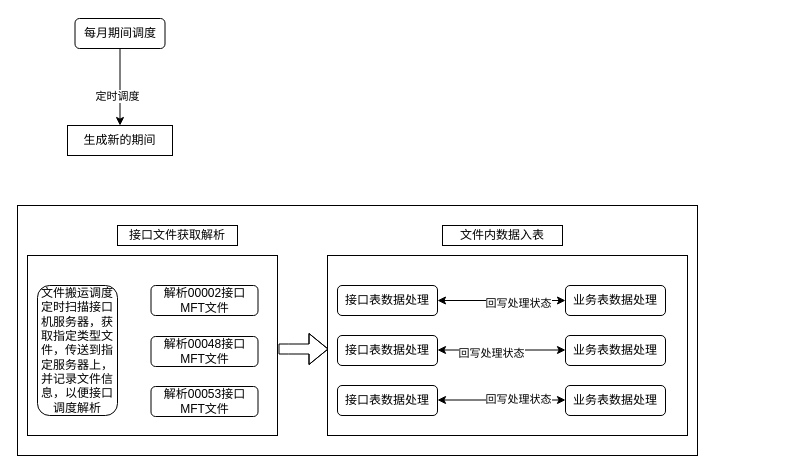
Above: page "应付账务" (7 of 7) of Untitled Diagram.drawio in Alpha-chatbot/pic (draw.io), before the change. Source tidied: cells renumbered, new cells numbered last; positions are measured from the earlier drawing's top-left corner, leaving out a move shared by most shapes. Both pictures are drawn from the tidied source at 100%, with x=0, y=0 at pixel (17, 18).
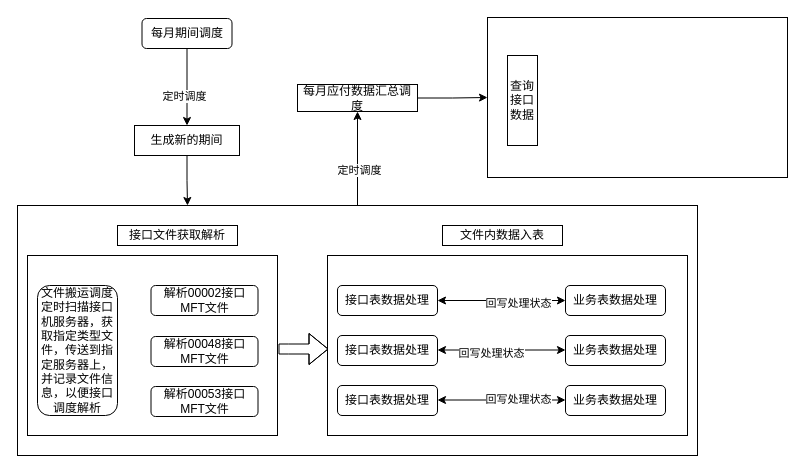
After the change.

The change refers to these unchanged cells:
```xml
<mxCell id="2" style="rounded=0;whiteSpace=wrap;html=1;" parent="1" vertex="1">
  <mxGeometry y="187" width="680" height="250" as="geometry" />
</mxCell>
```

Change to the diagram source:
```diff
@@
     <mxCell id="5" value="每月期间调度" style="rounded=1;whiteSpace=wrap;html=1;" parent="1" vertex="1">
-      <mxGeometry x="57.5" width="90" height="30" as="geometry" />
+      <mxGeometry x="124.5" width="90" height="30" as="geometry" />
     </mxCell>
+    <mxCell id="28" style="edgeStyle=orthogonalEdgeStyle;rounded=0;jettySize=auto;html=1;entryX=0.25;entryY=0;entryDx=0;entryDy=0;" parent="1" edge="1" source="6" target="2">
+      <mxGeometry relative="1" as="geometry" />
+    </mxCell>
     <mxCell id="6" value="生成新的期间" style="rounded=0;whiteSpace=wrap;html=1;" parent="1" vertex="1">
-      <mxGeometry x="50" y="107" width="105" height="30" as="geometry" />
+      <mxGeometry x="117" y="107" width="105" height="30" as="geometry" />
     </mxCell>
@@
+    <mxCell id="29" style="edgeStyle=orthogonalEdgeStyle;rounded=0;jettySize=auto;html=1;entryX=0.5;entryY=1;entryDx=0;entryDy=0;exitX=0.5;exitY=0;exitDx=0;exitDy=0;" parent="1" edge="1" source="2" target="32">
+      <mxGeometry relative="1" as="geometry" />
+    </mxCell>
+    <mxCell id="30" value="定时调度" style="edgeLabel;html=1;align=center;verticalAlign=middle;" parent="29" vertex="1">
+      <mxGeometry x="-0.23" y="-1" relative="1" as="geometry" />
+    </mxCell>
+    <mxCell id="31" style="edgeStyle=orthogonalEdgeStyle;rounded=0;jettySize=auto;html=1;entryX=0;entryY=0.5;entryDx=0;entryDy=0;" parent="1" edge="1" source="32" target="33">
+      <mxGeometry relative="1" as="geometry" />
+    </mxCell>
+    <mxCell id="32" value="每月应付数据汇总调度" style="rounded=0;whiteSpace=wrap;html=1;" parent="1" vertex="1">
+      <mxGeometry x="280" y="66" width="120" height="27" as="geometry" />
+    </mxCell>
+    <mxCell id="33" style="rounded=0;whiteSpace=wrap;html=1;" parent="1" vertex="1">
+      <mxGeometry x="470" y="-1" width="300" height="160" as="geometry" />
+    </mxCell>
+    <mxCell id="34" value="查询接口数据" style="rounded=0;whiteSpace=wrap;html=1;" parent="1" vertex="1">
+      <mxGeometry x="490" y="37" width="30" height="90" as="geometry" />
+    </mxCell>
```
